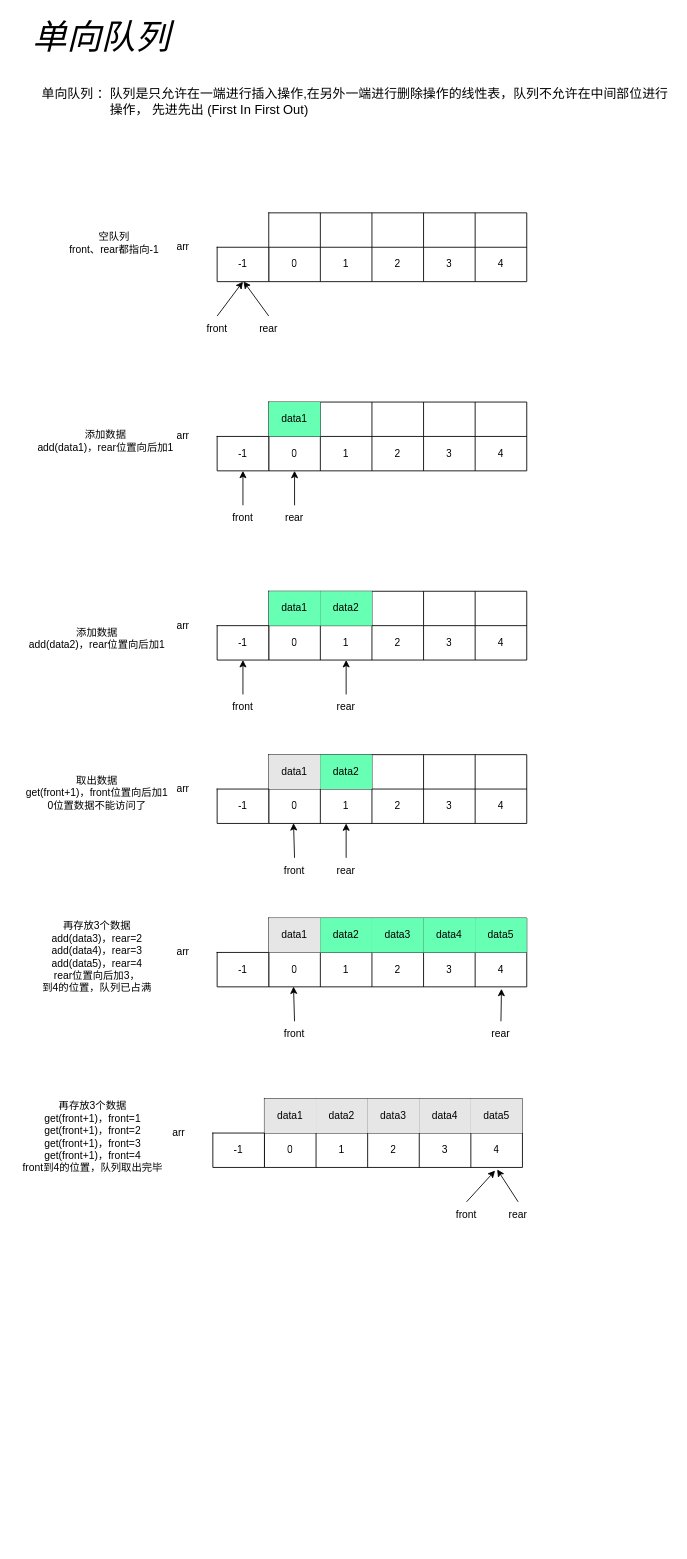
Above: 单向队列.drawio in Zhu-junwei/draw (draw.io), before the change. Source tidied: cells renumbered, new cells numbered last; positions are measured from the earlier drawing's top-left corner, leaving out a move shared by most shapes. Both pictures are drawn from the tidied source at 86%, with x=0, y=0 at pixel (15, 15).
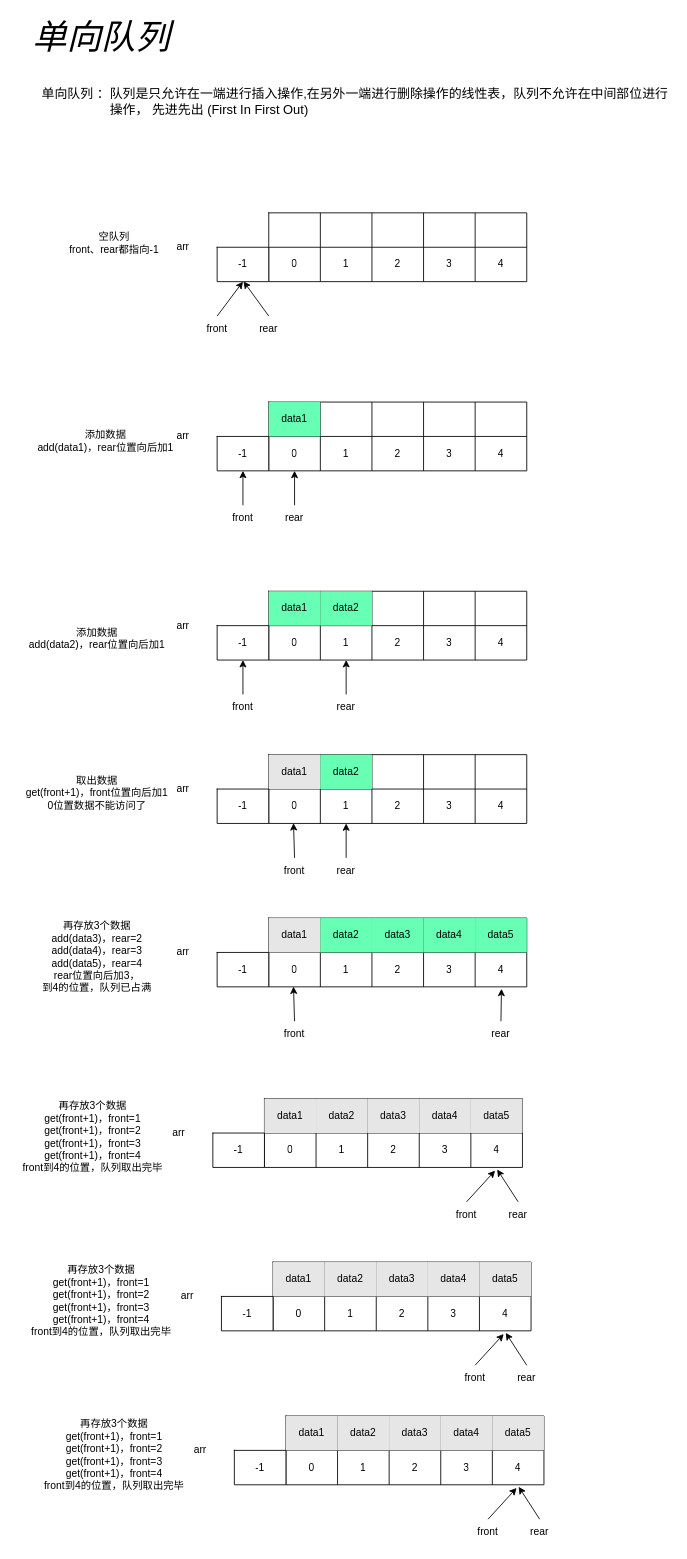
The same page after the edit.

Change to the diagram source:
```diff
@@
+    <mxCell id="136" style="shape=table;html=1;whiteSpace=wrap;startSize=0;childLayout=tableLayout;labelBackgroundColor=none;labelBorderColor=none;fontColor=#FFFFFF;strokeColor=#000000;fillColor=#FFFFFF;" parent="1" vertex="1">
+      <mxGeometry x="300" y="1450" width="300" height="80" as="geometry" />
+    </mxCell>
+    <mxCell id="137" style="shape=tableRow;horizontal=0;startSize=0;swimlaneHead=0;swimlaneBody=0;top=0;left=0;bottom=0;right=0;fillColor=none;labelBackgroundColor=none;labelBorderColor=none;fontColor=#FFFFFF;strokeColor=#FFFFFF;" parent="136" vertex="1">
+      <mxGeometry width="300" height="40" as="geometry" />
+    </mxCell>
+    <mxCell id="138" value="data1" style="shape=partialRectangle;html=1;whiteSpace=wrap;fillColor=#E6E6E6;top=0;left=0;bottom=0;right=0;overflow=hidden;labelBackgroundColor=none;labelBorderColor=none;fontColor=#000000;strokeColor=default;" parent="137" vertex="1">
+      <mxGeometry width="60" height="40" as="geometry" />
+    </mxCell>
+    <mxCell id="139" value="data2" style="shape=partialRectangle;html=1;whiteSpace=wrap;fillColor=#E6E6E6;top=0;left=0;bottom=0;right=0;overflow=hidden;labelBackgroundColor=none;labelBorderColor=none;fontColor=#000000;strokeColor=#000000;" parent="137" vertex="1">
+      <mxGeometry x="60" width="60" height="40" as="geometry" />
+    </mxCell>
+    <mxCell id="140" value="data3" style="shape=partialRectangle;html=1;whiteSpace=wrap;fillColor=#E6E6E6;top=0;left=0;bottom=0;right=0;overflow=hidden;labelBackgroundColor=none;labelBorderColor=none;fontColor=#000000;strokeColor=#FFFFFF;" parent="137" vertex="1">
+      <mxGeometry x="120" width="60" height="40" as="geometry" />
+    </mxCell>
+    <mxCell id="141" value="data4" style="shape=partialRectangle;html=1;whiteSpace=wrap;fillColor=#E6E6E6;top=0;left=0;bottom=0;right=0;overflow=hidden;labelBackgroundColor=none;labelBorderColor=none;fontColor=#000000;strokeColor=#FFFFFF;" parent="137" vertex="1">
+      <mxGeometry x="180" width="60" height="40" as="geometry" />
+    </mxCell>
+    <mxCell id="142" value="data5" style="shape=partialRectangle;html=1;whiteSpace=wrap;fillColor=#E6E6E6;top=0;left=0;bottom=0;right=0;overflow=hidden;labelBackgroundColor=none;labelBorderColor=none;fontColor=#000000;strokeColor=#FFFFFF;" parent="137" vertex="1">
+      <mxGeometry x="240" width="60" height="40" as="geometry" />
+    </mxCell>
+    <mxCell id="143" style="shape=tableRow;horizontal=0;startSize=0;swimlaneHead=0;swimlaneBody=0;top=0;left=0;bottom=0;right=0;fillColor=none;points=[[0,0.5],[1,0.5]];portConstraint=eastwest;labelBackgroundColor=none;labelBorderColor=none;fontColor=#FFFFFF;strokeColor=#FFFFFF;" parent="136" vertex="1">
+      <mxGeometry y="40" width="300" height="40" as="geometry" />
+    </mxCell>
+    <mxCell id="144" value="0" style="shape=partialRectangle;html=1;whiteSpace=wrap;fillColor=none;top=0;left=0;bottom=0;right=0;overflow=hidden;labelBackgroundColor=none;labelBorderColor=none;fontColor=#000000;strokeColor=#FFFFFF;" parent="143" vertex="1">
+      <mxGeometry width="60" height="40" as="geometry" />
+    </mxCell>
+    <mxCell id="145" value="1" style="shape=partialRectangle;html=1;whiteSpace=wrap;fillColor=none;top=0;left=0;bottom=0;right=0;overflow=hidden;labelBackgroundColor=none;labelBorderColor=none;fontColor=#000000;strokeColor=#FFFFFF;" parent="143" vertex="1">
+      <mxGeometry x="60" width="60" height="40" as="geometry" />
+    </mxCell>
+    <mxCell id="146" value="2" style="shape=partialRectangle;html=1;whiteSpace=wrap;fillColor=none;top=0;left=0;bottom=0;right=0;overflow=hidden;labelBackgroundColor=none;labelBorderColor=none;fontColor=#000000;strokeColor=#FFFFFF;" parent="143" vertex="1">
+      <mxGeometry x="120" width="60" height="40" as="geometry" />
+    </mxCell>
+    <mxCell id="147" value="3" style="shape=partialRectangle;html=1;whiteSpace=wrap;fillColor=none;top=0;left=0;bottom=0;right=0;overflow=hidden;labelBackgroundColor=none;labelBorderColor=none;fontColor=#000000;strokeColor=#FFFFFF;" parent="143" vertex="1">
+      <mxGeometry x="180" width="60" height="40" as="geometry" />
+    </mxCell>
+    <mxCell id="148" value="4" style="shape=partialRectangle;html=1;whiteSpace=wrap;fillColor=none;top=0;left=0;bottom=0;right=0;overflow=hidden;labelBackgroundColor=none;labelBorderColor=none;fontColor=#000000;strokeColor=#FFFFFF;" parent="143" vertex="1">
+      <mxGeometry x="240" width="60" height="40" as="geometry" />
+    </mxCell>
+    <mxCell id="149" value="rear" style="text;html=1;strokeColor=none;fillColor=none;align=center;verticalAlign=middle;whiteSpace=wrap;rounded=0;labelBackgroundColor=none;labelBorderColor=none;fontColor=#000000;" parent="1" vertex="1">
+      <mxGeometry x="565" y="1570" width="60" height="30" as="geometry" />
+    </mxCell>
+    <mxCell id="150" style="endArrow=classic;html=1;rounded=0;fontColor=#000000;exitX=0.5;exitY=0;exitDx=0;exitDy=0;entryX=0.902;entryY=1.058;entryDx=0;entryDy=0;entryPerimeter=0;" parent="1" edge="1" source="149" target="143">
+      <mxGeometry relative="1" as="geometry" />
+    </mxCell>
+    <mxCell id="151" style="shape=table;html=1;whiteSpace=wrap;startSize=0;childLayout=tableLayout;labelBackgroundColor=none;labelBorderColor=none;fontColor=#FFFFFF;strokeColor=#000000;fillColor=#FFFFFF;" parent="1" vertex="1">
+      <mxGeometry x="240" y="1490" width="60" height="40" as="geometry" />
+    </mxCell>
+    <mxCell id="152" style="shape=tableRow;horizontal=0;startSize=0;swimlaneHead=0;swimlaneBody=0;top=0;left=0;bottom=0;right=0;fillColor=none;labelBackgroundColor=none;labelBorderColor=none;fontColor=#FFFFFF;strokeColor=#FFFFFF;" parent="151" vertex="1">
+      <mxGeometry width="60" height="40" as="geometry" />
+    </mxCell>
+    <mxCell id="153" value="-1" style="shape=partialRectangle;html=1;whiteSpace=wrap;fillColor=none;top=0;left=0;bottom=0;right=0;overflow=hidden;labelBackgroundColor=none;labelBorderColor=none;fontColor=#000000;strokeColor=#FFFFFF;" parent="152" vertex="1">
+      <mxGeometry width="60" height="40" as="geometry" />
+    </mxCell>
+    <mxCell id="154" value="再存放3个数据&lt;br&gt;get(front+1)，front=1&lt;br&gt;get(front+1)，front=2&lt;br&gt;get(front+1)，front=3&lt;br&gt;get(front+1)，front=4&lt;br&gt;front到4的位置，队列取出完毕" style="text;html=1;align=center;verticalAlign=middle;strokeColor=none;fillColor=none;fontColor=#000000;" parent="1" vertex="1">
+      <mxGeometry x="10" y="1450" width="180" height="90" as="geometry" />
+    </mxCell>
+    <mxCell id="155" value="arr" style="text;html=1;align=center;verticalAlign=middle;strokeColor=none;fillColor=none;fontColor=#000000;" parent="1" vertex="1">
+      <mxGeometry x="185" y="1480" width="30" height="20" as="geometry" />
+    </mxCell>
+    <mxCell id="156" value="front" style="text;html=1;strokeColor=none;fillColor=none;align=center;verticalAlign=middle;whiteSpace=wrap;rounded=0;labelBackgroundColor=none;labelBorderColor=none;fontColor=#000000;" parent="1" vertex="1">
+      <mxGeometry x="505" y="1570" width="60" height="30" as="geometry" />
+    </mxCell>
+    <mxCell id="157" style="endArrow=classic;html=1;rounded=0;fontColor=#000000;exitX=0.5;exitY=0;exitDx=0;exitDy=0;entryX=0.894;entryY=1.092;entryDx=0;entryDy=0;entryPerimeter=0;" parent="1" edge="1" source="156" target="143">
+      <mxGeometry relative="1" as="geometry" />
+    </mxCell>
+    <mxCell id="158" style="shape=table;html=1;whiteSpace=wrap;startSize=0;childLayout=tableLayout;labelBackgroundColor=none;labelBorderColor=none;fontColor=#FFFFFF;strokeColor=#000000;fillColor=#FFFFFF;" parent="1" vertex="1">
+      <mxGeometry x="315" y="1629" width="300" height="80" as="geometry" />
+    </mxCell>
+    <mxCell id="159" style="shape=tableRow;horizontal=0;startSize=0;swimlaneHead=0;swimlaneBody=0;top=0;left=0;bottom=0;right=0;fillColor=none;labelBackgroundColor=none;labelBorderColor=none;fontColor=#FFFFFF;strokeColor=#FFFFFF;" parent="158" vertex="1">
+      <mxGeometry width="300" height="40" as="geometry" />
+    </mxCell>
+    <mxCell id="160" value="data1" style="shape=partialRectangle;html=1;whiteSpace=wrap;fillColor=#E6E6E6;top=0;left=0;bottom=0;right=0;overflow=hidden;labelBackgroundColor=none;labelBorderColor=none;fontColor=#000000;strokeColor=default;" parent="159" vertex="1">
+      <mxGeometry width="60" height="40" as="geometry" />
+    </mxCell>
+    <mxCell id="161" value="data2" style="shape=partialRectangle;html=1;whiteSpace=wrap;fillColor=#E6E6E6;top=0;left=0;bottom=0;right=0;overflow=hidden;labelBackgroundColor=none;labelBorderColor=none;fontColor=#000000;strokeColor=#000000;" parent="159" vertex="1">
+      <mxGeometry x="60" width="60" height="40" as="geometry" />
+    </mxCell>
+    <mxCell id="162" value="data3" style="shape=partialRectangle;html=1;whiteSpace=wrap;fillColor=#E6E6E6;top=0;left=0;bottom=0;right=0;overflow=hidden;labelBackgroundColor=none;labelBorderColor=none;fontColor=#000000;strokeColor=#FFFFFF;" parent="159" vertex="1">
+      <mxGeometry x="120" width="60" height="40" as="geometry" />
+    </mxCell>
+    <mxCell id="163" value="data4" style="shape=partialRectangle;html=1;whiteSpace=wrap;fillColor=#E6E6E6;top=0;left=0;bottom=0;right=0;overflow=hidden;labelBackgroundColor=none;labelBorderColor=none;fontColor=#000000;strokeColor=#FFFFFF;" parent="159" vertex="1">
+      <mxGeometry x="180" width="60" height="40" as="geometry" />
+    </mxCell>
+    <mxCell id="164" value="data5" style="shape=partialRectangle;html=1;whiteSpace=wrap;fillColor=#E6E6E6;top=0;left=0;bottom=0;right=0;overflow=hidden;labelBackgroundColor=none;labelBorderColor=none;fontColor=#000000;strokeColor=#FFFFFF;" parent="159" vertex="1">
+      <mxGeometry x="240" width="60" height="40" as="geometry" />
+    </mxCell>
+    <mxCell id="165" style="shape=tableRow;horizontal=0;startSize=0;swimlaneHead=0;swimlaneBody=0;top=0;left=0;bottom=0;right=0;fillColor=none;points=[[0,0.5],[1,0.5]];portConstraint=eastwest;labelBackgroundColor=none;labelBorderColor=none;fontColor=#FFFFFF;strokeColor=#FFFFFF;" parent="158" vertex="1">
+      <mxGeometry y="40" width="300" height="40" as="geometry" />
+    </mxCell>
+    <mxCell id="166" value="0" style="shape=partialRectangle;html=1;whiteSpace=wrap;fillColor=none;top=0;left=0;bottom=0;right=0;overflow=hidden;labelBackgroundColor=none;labelBorderColor=none;fontColor=#000000;strokeColor=#FFFFFF;" parent="165" vertex="1">
+      <mxGeometry width="60" height="40" as="geometry" />
+    </mxCell>
+    <mxCell id="167" value="1" style="shape=partialRectangle;html=1;whiteSpace=wrap;fillColor=none;top=0;left=0;bottom=0;right=0;overflow=hidden;labelBackgroundColor=none;labelBorderColor=none;fontColor=#000000;strokeColor=#FFFFFF;" parent="165" vertex="1">
+      <mxGeometry x="60" width="60" height="40" as="geometry" />
+    </mxCell>
+    <mxCell id="168" value="2" style="shape=partialRectangle;html=1;whiteSpace=wrap;fillColor=none;top=0;left=0;bottom=0;right=0;overflow=hidden;labelBackgroundColor=none;labelBorderColor=none;fontColor=#000000;strokeColor=#FFFFFF;" parent="165" vertex="1">
+      <mxGeometry x="120" width="60" height="40" as="geometry" />
+    </mxCell>
+    <mxCell id="169" value="3" style="shape=partialRectangle;html=1;whiteSpace=wrap;fillColor=none;top=0;left=0;bottom=0;right=0;overflow=hidden;labelBackgroundColor=none;labelBorderColor=none;fontColor=#000000;strokeColor=#FFFFFF;" parent="165" vertex="1">
+      <mxGeometry x="180" width="60" height="40" as="geometry" />
+    </mxCell>
+    <mxCell id="170" value="4" style="shape=partialRectangle;html=1;whiteSpace=wrap;fillColor=none;top=0;left=0;bottom=0;right=0;overflow=hidden;labelBackgroundColor=none;labelBorderColor=none;fontColor=#000000;strokeColor=#FFFFFF;" parent="165" vertex="1">
+      <mxGeometry x="240" width="60" height="40" as="geometry" />
+    </mxCell>
+    <mxCell id="171" value="rear" style="text;html=1;strokeColor=none;fillColor=none;align=center;verticalAlign=middle;whiteSpace=wrap;rounded=0;labelBackgroundColor=none;labelBorderColor=none;fontColor=#000000;" parent="1" vertex="1">
+      <mxGeometry x="580" y="1749" width="60" height="30" as="geometry" />
+    </mxCell>
+    <mxCell id="172" style="endArrow=classic;html=1;rounded=0;fontColor=#000000;exitX=0.5;exitY=0;exitDx=0;exitDy=0;entryX=0.902;entryY=1.058;entryDx=0;entryDy=0;entryPerimeter=0;" parent="1" edge="1" source="171" target="165">
+      <mxGeometry relative="1" as="geometry" />
+    </mxCell>
+    <mxCell id="173" style="shape=table;html=1;whiteSpace=wrap;startSize=0;childLayout=tableLayout;labelBackgroundColor=none;labelBorderColor=none;fontColor=#FFFFFF;strokeColor=#000000;fillColor=#FFFFFF;" parent="1" vertex="1">
+      <mxGeometry x="255" y="1669" width="60" height="40" as="geometry" />
+    </mxCell>
+    <mxCell id="174" style="shape=tableRow;horizontal=0;startSize=0;swimlaneHead=0;swimlaneBody=0;top=0;left=0;bottom=0;right=0;fillColor=none;labelBackgroundColor=none;labelBorderColor=none;fontColor=#FFFFFF;strokeColor=#FFFFFF;" parent="173" vertex="1">
+      <mxGeometry width="60" height="40" as="geometry" />
+    </mxCell>
+    <mxCell id="175" value="-1" style="shape=partialRectangle;html=1;whiteSpace=wrap;fillColor=none;top=0;left=0;bottom=0;right=0;overflow=hidden;labelBackgroundColor=none;labelBorderColor=none;fontColor=#000000;strokeColor=#FFFFFF;" parent="174" vertex="1">
+      <mxGeometry width="60" height="40" as="geometry" />
+    </mxCell>
+    <mxCell id="176" value="再存放3个数据&lt;br&gt;get(front+1)，front=1&lt;br&gt;get(front+1)，front=2&lt;br&gt;get(front+1)，front=3&lt;br&gt;get(front+1)，front=4&lt;br&gt;front到4的位置，队列取出完毕" style="text;html=1;align=center;verticalAlign=middle;strokeColor=none;fillColor=none;fontColor=#000000;" parent="1" vertex="1">
+      <mxGeometry x="25" y="1629" width="180" height="90" as="geometry" />
+    </mxCell>
+    <mxCell id="177" value="arr" style="text;html=1;align=center;verticalAlign=middle;strokeColor=none;fillColor=none;fontColor=#000000;" parent="1" vertex="1">
+      <mxGeometry x="200" y="1659" width="30" height="20" as="geometry" />
+    </mxCell>
+    <mxCell id="178" value="front" style="text;html=1;strokeColor=none;fillColor=none;align=center;verticalAlign=middle;whiteSpace=wrap;rounded=0;labelBackgroundColor=none;labelBorderColor=none;fontColor=#000000;" parent="1" vertex="1">
+      <mxGeometry x="520" y="1749" width="60" height="30" as="geometry" />
+    </mxCell>
+    <mxCell id="179" style="endArrow=classic;html=1;rounded=0;fontColor=#000000;exitX=0.5;exitY=0;exitDx=0;exitDy=0;entryX=0.894;entryY=1.092;entryDx=0;entryDy=0;entryPerimeter=0;" parent="1" edge="1" source="178" target="165">
+      <mxGeometry relative="1" as="geometry" />
+    </mxCell>
```
